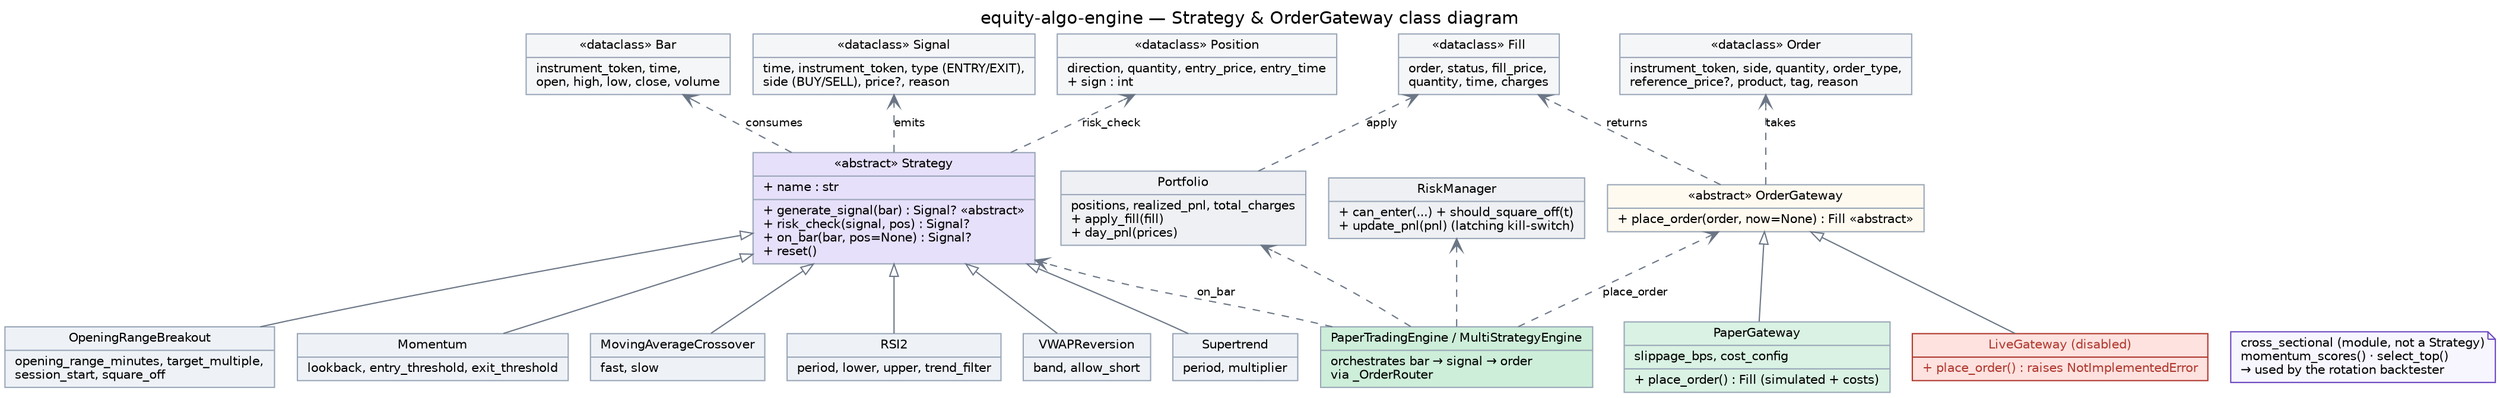
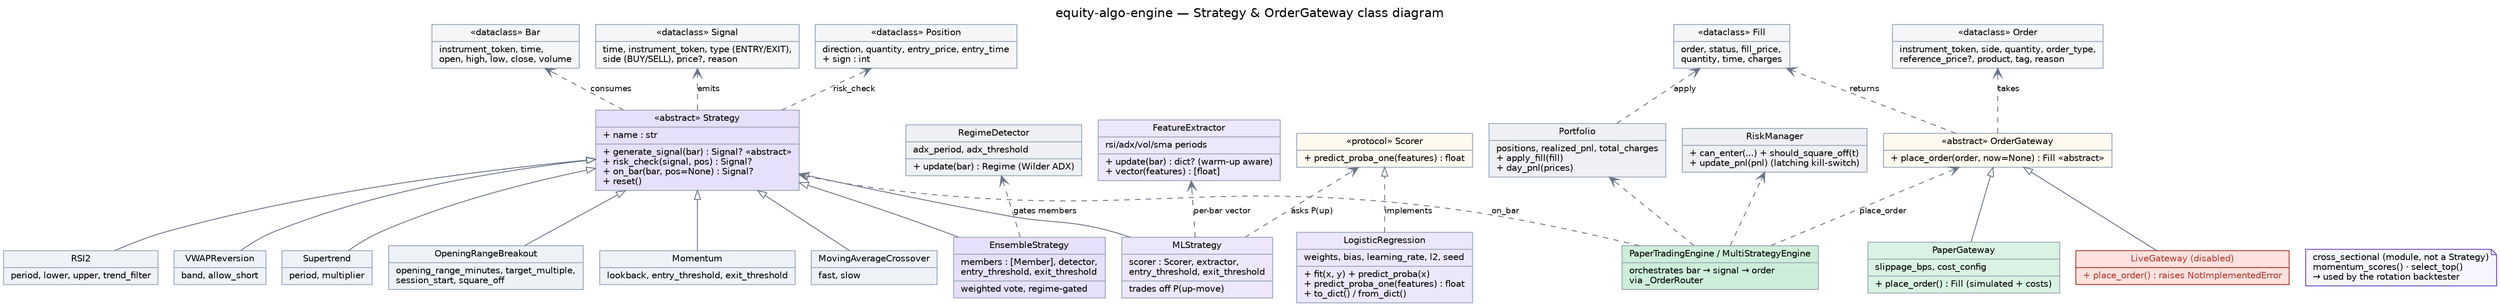
digraph classes {
  rankdir=BT;
  labelloc="t";
  fontname="Helvetica";
  label="equity-algo-engine — Strategy & OrderGateway class diagram";
  node [shape=record, fontname="Helvetica", fontsize=10, style=filled, fillcolor="#eef2f7", color="#9aa7b8"];
  edge [fontname="Helvetica", fontsize=9, color="#6b7686"];

  /* ---------------- Strategy hierarchy ---------------- */
  Strategy [fillcolor="#e7e0fb", label="{«abstract» Strategy|+ name : str\l|+ generate_signal(bar) : Signal?   «abstract»\l+ risk_check(signal, pos) : Signal?\l+ on_bar(bar, pos=None) : Signal?\l+ reset()\l}"];

  ORB      [label="{OpeningRangeBreakout|opening_range_minutes, target_multiple,\lsession_start, square_off\l}"];
  Momentum [label="{Momentum|lookback, entry_threshold, exit_threshold\l}"];
  MAX      [label="{MovingAverageCrossover|fast, slow\l}"];
  RSI2     [label="{RSI2|period, lower, upper, trend_filter\l}"];
  VWAP     [label="{VWAPReversion|band, allow_short\l}"];
  ST       [label="{Supertrend|period, multiplier\l}"];
+   Ensemble [fillcolor="#e7e0fb", label="{EnsembleStrategy|members : [Member], detector,\lentry_threshold, exit_threshold\l|weighted vote, regime-gated\l}"];
+   MLStrat  [fillcolor="#ede7fc", label="{MLStrategy|scorer : Scorer, extractor,\lentry_threshold, exit_threshold\l|trades off P(up-move)\l}"];

  ORB -> Strategy [arrowhead=onormal];
  Momentum -> Strategy [arrowhead=onormal];
  MAX -> Strategy [arrowhead=onormal];
  RSI2 -> Strategy [arrowhead=onormal];
  VWAP -> Strategy [arrowhead=onormal];
  ST -> Strategy [arrowhead=onormal];
+   Ensemble -> Strategy [arrowhead=onormal];
+   MLStrat -> Strategy [arrowhead=onormal];
+ 
+   /* ---------------- ML signal layer ---------------- */
+   Scorer   [fillcolor="#fffaf0", label="{«protocol» Scorer|+ predict_proba_one(features) : float\l}"];
+   LogReg   [fillcolor="#ede7fc", label="{LogisticRegression|weights, bias, learning_rate, l2, seed\l|+ fit(x, y)  + predict_proba(x)\l+ predict_proba_one(features) : float\l+ to_dict() / from_dict()\l}"];
+   Features [fillcolor="#ede7fc", label="{FeatureExtractor|rsi/adx/vol/sma periods\l|+ update(bar) : dict?  (warm-up aware)\l+ vector(features) : [float]\l}"];
+ 
+   LogReg -> Scorer [arrowhead=onormal, style=dashed, label="implements"];
+   MLStrat -> Scorer [style=dashed, arrowhead=vee, label="asks P(up)"];
+   MLStrat -> Features [style=dashed, arrowhead=vee, label="per-bar vector"];
+   Ensemble -> Regime [style=dashed, arrowhead=vee, label="gates members"];
+   Regime   [fillcolor="#eef0f3", label="{RegimeDetector|adx_period, adx_threshold\l|+ update(bar) : Regime  (Wilder ADX)\l}"];

  XS [shape=note, fillcolor="#f7f5fe", color="#6b46c1",
      label="cross_sectional (module, not a Strategy)\lmomentum_scores() · select_top()\l→ used by the rotation backtester\l"];

  /* ---------------- Execution hierarchy ---------------- */
  OrderGateway [fillcolor="#fffaf0", label="{«abstract» OrderGateway|+ place_order(order, now=None) : Fill   «abstract»\l}"];
  PaperGateway [fillcolor="#d9f2e3", label="{PaperGateway|slippage_bps, cost_config\l|+ place_order() : Fill  (simulated + costs)\l}"];
  LiveGateway  [fillcolor="#fde2df", color="#b0392f", fontcolor="#b0392f",
      label="{LiveGateway  (disabled)|+ place_order() : raises NotImplementedError\l}"];
  PaperGateway -> OrderGateway [arrowhead=onormal];
  LiveGateway -> OrderGateway [arrowhead=onormal];

  /* ---------------- Domain value types ---------------- */
  Bar      [fillcolor="#f5f6f8", label="{«dataclass» Bar|instrument_token, time,\lopen, high, low, close, volume\l}"];
  Signal   [fillcolor="#f5f6f8", label="{«dataclass» Signal|time, instrument_token, type (ENTRY/EXIT),\lside (BUY/SELL), price?, reason\l}"];
  Position [fillcolor="#f5f6f8", label="{«dataclass» Position|direction, quantity, entry_price, entry_time\l+ sign : int\l}"];
  Order    [fillcolor="#f5f6f8", label="{«dataclass» Order|instrument_token, side, quantity, order_type,\lreference_price?, product, tag, reason\l}"];
  Fill     [fillcolor="#f5f6f8", label="{«dataclass» Fill|order, status, fill_price,\lquantity, time, charges\l}"];

  /* ---------------- Engine + collaborators ---------------- */
  Engine    [fillcolor="#cdeed9", label="{PaperTradingEngine / MultiStrategyEngine|orchestrates bar → signal → order\lvia _OrderRouter\l}"];
  Portfolio [fillcolor="#eef0f3", label="{Portfolio|positions, realized_pnl, total_charges\l+ apply_fill(fill)\l+ day_pnl(prices)\l}"];
  Risk      [fillcolor="#eef0f3", label="{RiskManager|+ can_enter(...)  + should_square_off(t)\l+ update_pnl(pnl)  (latching kill-switch)\l}"];

  /* dependencies (dashed) */
  Strategy -> Bar [style=dashed, arrowhead=vee, label="consumes"];
  Strategy -> Signal [style=dashed, arrowhead=vee, label="emits"];
  Strategy -> Position [style=dashed, arrowhead=vee, label="risk_check"];
  OrderGateway -> Order [style=dashed, arrowhead=vee, label="takes"];
  OrderGateway -> Fill [style=dashed, arrowhead=vee, label="returns"];
  Engine -> Strategy [style=dashed, arrowhead=vee, label="on_bar"];
  Engine -> OrderGateway [style=dashed, arrowhead=vee, label="place_order"];
  Engine -> Risk [style=dashed, arrowhead=vee];
  Engine -> Portfolio [style=dashed, arrowhead=vee];
  Portfolio -> Fill [style=dashed, arrowhead=vee, label="apply"];
}
